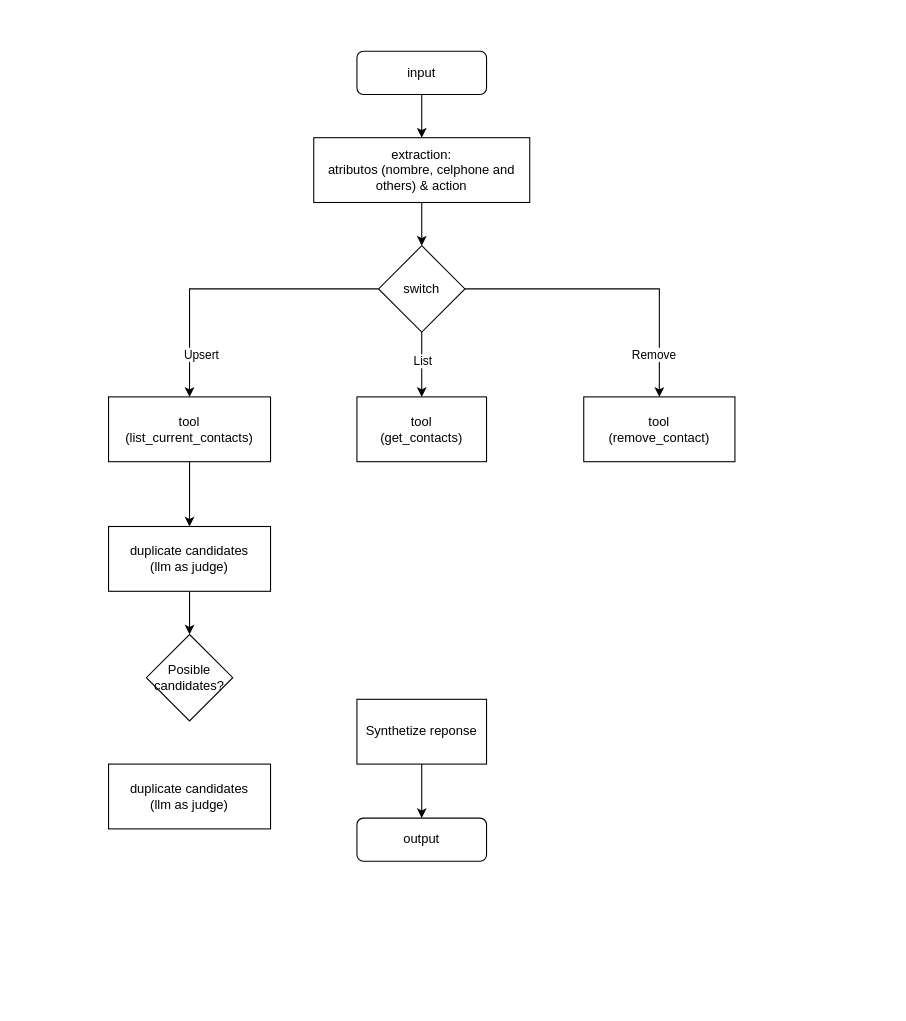
This is flow_diagrams/contact_manage.drawio from cesarcherre848/spark_agent, a draw.io file, before an edit. Source tidied: cells renumbered, new cells numbered last; positions are measured from the earlier drawing's top-left corner, leaving out a move shared by most shapes. Both pictures are drawn from the tidied source at 108%, with x=0, y=0 at pixel (108, 51).
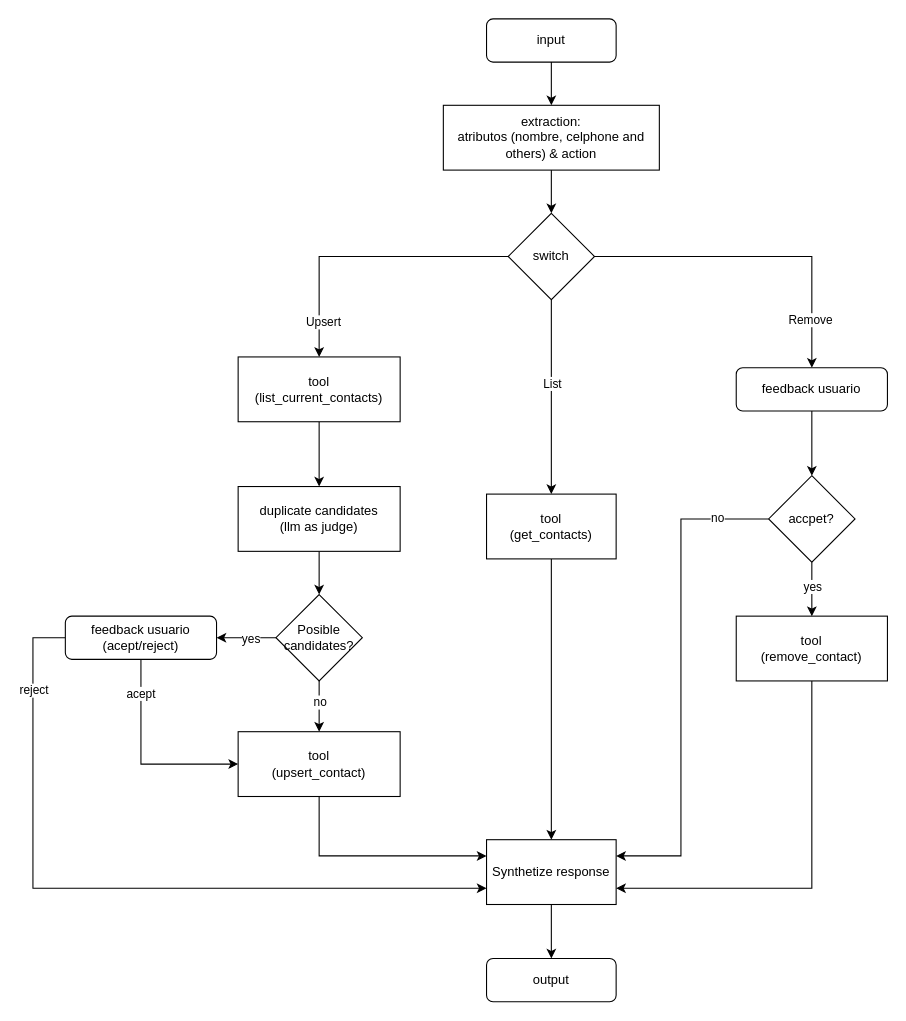
After the change.

Unchanged cells that the change refers to:
```xml
<mxCell id="8" style="edgeStyle=orthogonalEdgeStyle;rounded=0;jettySize=auto;html=1;entryX=0.5;entryY=0;entryDx=0;entryDy=0;" parent="1" edge="1" source="12" target="17">
  <mxGeometry relative="1" as="geometry" />
</mxCell>
```

What changed in the source:
```diff
@@
     <mxCell id="3" value="input" style="rounded=1;whiteSpace=wrap;html=1;" parent="1" vertex="1">
-      <mxGeometry x="230" width="120" height="40" as="geometry" />
+      <mxGeometry x="350" y="-30" width="120" height="40" as="geometry" />
     </mxCell>
@@
     <mxCell id="5" value="extraction: &lt;br&gt;atributos (nombre, celphone and others) &amp;amp; action" style="rounded=0;whiteSpace=wrap;html=1;" parent="1" vertex="1">
-      <mxGeometry x="190" y="80" width="200" height="60" as="geometry" />
+      <mxGeometry x="310" y="50" width="200" height="60" as="geometry" />
     </mxCell>
@@
     <mxCell id="9" value="Upsert" style="edgeLabel;html=1;align=center;verticalAlign=middle;" parent="8" vertex="1">
       <mxGeometry x="-0.34" y="1" relative="1" as="geometry">
-        <mxPoint x="-74" y="59" as="offset" />
+        <mxPoint x="-84" y="59" as="offset" />
       </mxGeometry>
     </mxCell>
-    <mxCell id="10" style="edgeStyle=orthogonalEdgeStyle;rounded=0;jettySize=auto;html=1;" parent="1" edge="1" source="12" target="19">
-      <mxGeometry relative="1" as="geometry" />
-    </mxCell>
+    <mxCell id="24" style="edgeStyle=orthogonalEdgeStyle;rounded=0;jettySize=auto;html=1;entryX=0.5;entryY=0;entryDx=0;entryDy=0;" parent="1" edge="1" source="12" target="33">
+      <mxGeometry relative="1" as="geometry" />
+    </mxCell>
-    <mxCell id="11" value="Remove" style="edgeLabel;html=1;align=center;verticalAlign=middle;" parent="10" vertex="1">
-      <mxGeometry x="-0.33" y="1" relative="1" as="geometry">
-        <mxPoint x="80" y="61" as="offset" />
-      </mxGeometry>
+    <mxCell id="11" value="Remove" style="edgeLabel;html=1;align=center;verticalAlign=middle;" parent="24" vertex="1">
+      <mxGeometry x="0.71" y="-2" relative="1" as="geometry" />
     </mxCell>
     <mxCell id="12" value="switch" style="rhombus;whiteSpace=wrap;html=1;shapeInside=1;" parent="1" vertex="1">
-      <mxGeometry x="250" y="180" width="80" height="80" as="geometry" />
+      <mxGeometry x="370" y="150" width="80" height="80" as="geometry" />
     </mxCell>
     <mxCell id="13" value="output" style="rounded=1;whiteSpace=wrap;html=1;" parent="1" vertex="1">
-      <mxGeometry x="230" y="710" width="120" height="40" as="geometry" />
+      <mxGeometry x="350" y="840" width="120" height="40" as="geometry" />
     </mxCell>
@@
-    <mxCell id="15" value="Synthetize reponse" style="rounded=0;whiteSpace=wrap;html=1;" parent="1" vertex="1">
-      <mxGeometry x="230" y="600" width="120" height="60" as="geometry" />
+    <mxCell id="15" value="Synthetize response" style="rounded=0;whiteSpace=wrap;html=1;" parent="1" vertex="1">
+      <mxGeometry x="350" y="730" width="120" height="60" as="geometry" />
     </mxCell>
@@
     <mxCell id="17" value="tool&lt;br&gt;(list_current_contacts)" style="rounded=0;whiteSpace=wrap;html=1;" parent="1" vertex="1">
-      <mxGeometry y="320" width="150" height="60" as="geometry" />
+      <mxGeometry x="120" y="283" width="150" height="60" as="geometry" />
     </mxCell>
+    <mxCell id="25" style="edgeStyle=orthogonalEdgeStyle;rounded=0;jettySize=auto;html=1;" parent="1" edge="1" source="18" target="15">
+      <mxGeometry relative="1" as="geometry" />
+    </mxCell>
     <mxCell id="18" value="tool&lt;br&gt;(get_contacts)" style="rounded=0;whiteSpace=wrap;html=1;" parent="1" vertex="1">
-      <mxGeometry x="230" y="320" width="120" height="60" as="geometry" />
+      <mxGeometry x="350" y="410" width="120" height="60" as="geometry" />
     </mxCell>
+    <mxCell id="26" style="edgeStyle=orthogonalEdgeStyle;rounded=0;jettySize=auto;html=1;entryX=1;entryY=0.75;entryDx=0;entryDy=0;" parent="1" edge="1" source="19" target="15">
+      <mxGeometry relative="1" as="geometry">
+        <Array as="points">
+          <mxPoint x="651.2" y="775" />
+        </Array>
+      </mxGeometry>
+    </mxCell>
     <mxCell id="19" value="tool&lt;div&gt;(remove_contact)&lt;/div&gt;" style="rounded=0;whiteSpace=wrap;html=1;" parent="1" vertex="1">
-      <mxGeometry x="440" y="320" width="140" height="60" as="geometry" />
+      <mxGeometry x="581.2" y="523" width="140" height="60" as="geometry" />
     </mxCell>
@@
     <mxCell id="21" value="duplicate candidates&lt;br&gt;(llm as judge)" style="rounded=0;whiteSpace=wrap;html=1;" parent="1" vertex="1">
-      <mxGeometry y="440" width="150" height="60" as="geometry" />
+      <mxGeometry x="120" y="403" width="150" height="60" as="geometry" />
     </mxCell>
+    <mxCell id="27" style="edgeStyle=orthogonalEdgeStyle;rounded=0;jettySize=auto;html=1;entryX=0.5;entryY=0;entryDx=0;entryDy=0;" parent="1" edge="1" source="22" target="23">
+      <mxGeometry relative="1" as="geometry" />
+    </mxCell>
+    <mxCell id="28" value="no" style="edgeLabel;html=1;align=center;verticalAlign=middle;" parent="27" vertex="1">
+      <mxGeometry x="-0.2" relative="1" as="geometry" />
+    </mxCell>
+    <mxCell id="29" style="edgeStyle=orthogonalEdgeStyle;rounded=0;jettySize=auto;html=1;" parent="1" edge="1" source="22" target="38">
+      <mxGeometry relative="1" as="geometry" />
+    </mxCell>
+    <mxCell id="30" value="yes" style="edgeLabel;html=1;align=center;verticalAlign=middle;" parent="29" vertex="1">
+      <mxGeometry x="-0.13" relative="1" as="geometry" />
+    </mxCell>
     <mxCell id="22" value="Posible candidates?" style="rhombus;whiteSpace=wrap;html=1;shapeInside=1;" parent="1" vertex="1">
-      <mxGeometry x="35" y="540" width="80" height="80" as="geometry" />
+      <mxGeometry x="155" y="503" width="80" height="80" as="geometry" />
     </mxCell>
+    <mxCell id="31" style="edgeStyle=orthogonalEdgeStyle;rounded=0;jettySize=auto;html=1;entryX=0;entryY=0.25;entryDx=0;entryDy=0;" parent="1" edge="1" target="15">
+      <mxGeometry relative="1" as="geometry">
+        <mxPoint x="195" y="677" as="sourcePoint" />
+        <Array as="points">
+          <mxPoint x="195" y="745" />
+        </Array>
+      </mxGeometry>
+    </mxCell>
-    <mxCell id="23" value="duplicate candidates&lt;br&gt;(llm as judge)" style="rounded=0;whiteSpace=wrap;html=1;" parent="1" vertex="1">
-      <mxGeometry y="660" width="150" height="60" as="geometry" />
+    <mxCell id="23" value="tool&lt;br&gt;(upsert_contact)" style="rounded=0;whiteSpace=wrap;html=1;" parent="1" vertex="1">
+      <mxGeometry x="120" y="630" width="150" height="60" as="geometry" />
     </mxCell>
+    <mxCell id="32" style="edgeStyle=orthogonalEdgeStyle;rounded=0;jettySize=auto;html=1;entryX=0.5;entryY=0;entryDx=0;entryDy=0;" parent="1" edge="1" source="33" target="43">
+      <mxGeometry relative="1" as="geometry" />
+    </mxCell>
+    <mxCell id="33" value="feedback usuario" style="rounded=1;whiteSpace=wrap;html=1;" parent="1" vertex="1">
+      <mxGeometry x="581.2" y="293" width="140" height="40" as="geometry" />
+    </mxCell>
+    <mxCell id="34" style="edgeStyle=orthogonalEdgeStyle;rounded=0;jettySize=auto;html=1;entryX=0;entryY=0.5;entryDx=0;entryDy=0;" parent="1" edge="1" source="38" target="23">
+      <mxGeometry relative="1" as="geometry">
+        <Array as="points">
+          <mxPoint x="30" y="660" />
+        </Array>
+      </mxGeometry>
+    </mxCell>
+    <mxCell id="35" value="acept" style="edgeLabel;html=1;align=center;verticalAlign=middle;" parent="34" vertex="1">
+      <mxGeometry x="-0.67" relative="1" as="geometry">
+        <mxPoint x="-1" as="offset" />
+      </mxGeometry>
+    </mxCell>
+    <mxCell id="36" style="edgeStyle=orthogonalEdgeStyle;rounded=0;jettySize=auto;html=1;entryX=0;entryY=0.75;entryDx=0;entryDy=0;" parent="1" edge="1" source="38" target="15">
+      <mxGeometry relative="1" as="geometry">
+        <Array as="points">
+          <mxPoint x="-70" y="543" />
+          <mxPoint x="-70" y="775" />
+        </Array>
+      </mxGeometry>
+    </mxCell>
+    <mxCell id="37" value="reject" style="edgeLabel;html=1;align=center;verticalAlign=middle;" parent="36" vertex="1">
+      <mxGeometry x="-0.73" relative="1" as="geometry">
+        <mxPoint y="-14" as="offset" />
+      </mxGeometry>
+    </mxCell>
+    <mxCell id="38" value="feedback usuario&lt;br&gt;(acept/reject)" style="rounded=1;whiteSpace=wrap;html=1;" parent="1" vertex="1">
+      <mxGeometry x="-40" y="523" width="140" height="40" as="geometry" />
+    </mxCell>
+    <mxCell id="39" style="edgeStyle=orthogonalEdgeStyle;rounded=0;jettySize=auto;html=1;entryX=0.5;entryY=0;entryDx=0;entryDy=0;" parent="1" edge="1" source="43" target="19">
+      <mxGeometry relative="1" as="geometry" />
+    </mxCell>
+    <mxCell id="40" value="yes" style="edgeLabel;html=1;align=center;verticalAlign=middle;" parent="39" vertex="1">
+      <mxGeometry x="-0.11" y="-1" relative="1" as="geometry">
+        <mxPoint x="1" as="offset" />
+      </mxGeometry>
+    </mxCell>
+    <mxCell id="41" style="edgeStyle=orthogonalEdgeStyle;rounded=0;jettySize=auto;html=1;entryX=1;entryY=0.25;entryDx=0;entryDy=0;" parent="1" edge="1" source="43" target="15">
+      <mxGeometry relative="1" as="geometry">
+        <Array as="points">
+          <mxPoint x="530" y="433" />
+          <mxPoint x="530" y="745" />
+        </Array>
+      </mxGeometry>
+    </mxCell>
+    <mxCell id="42" value="no" style="edgeLabel;html=1;align=center;verticalAlign=middle;" parent="41" vertex="1">
+      <mxGeometry x="-0.79" y="-2" relative="1" as="geometry" />
+    </mxCell>
+    <mxCell id="43" value="accpet?" style="rhombus;whiteSpace=wrap;html=1;shapeInside=1;" parent="1" vertex="1">
+      <mxGeometry x="611.2" y="393" width="80" height="80" as="geometry" />
+    </mxCell>
```
